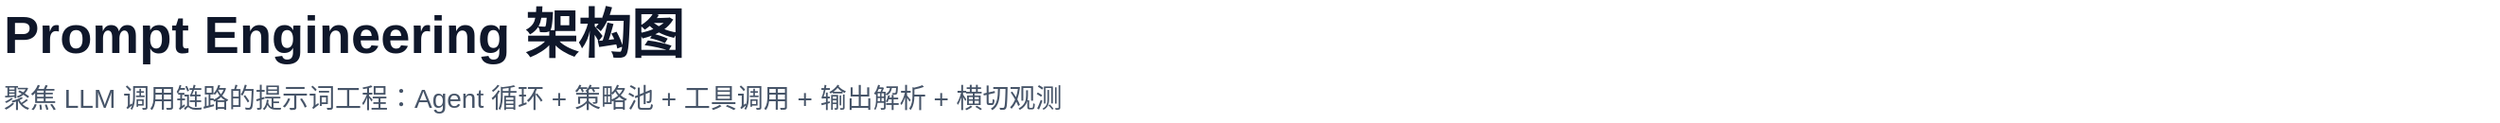
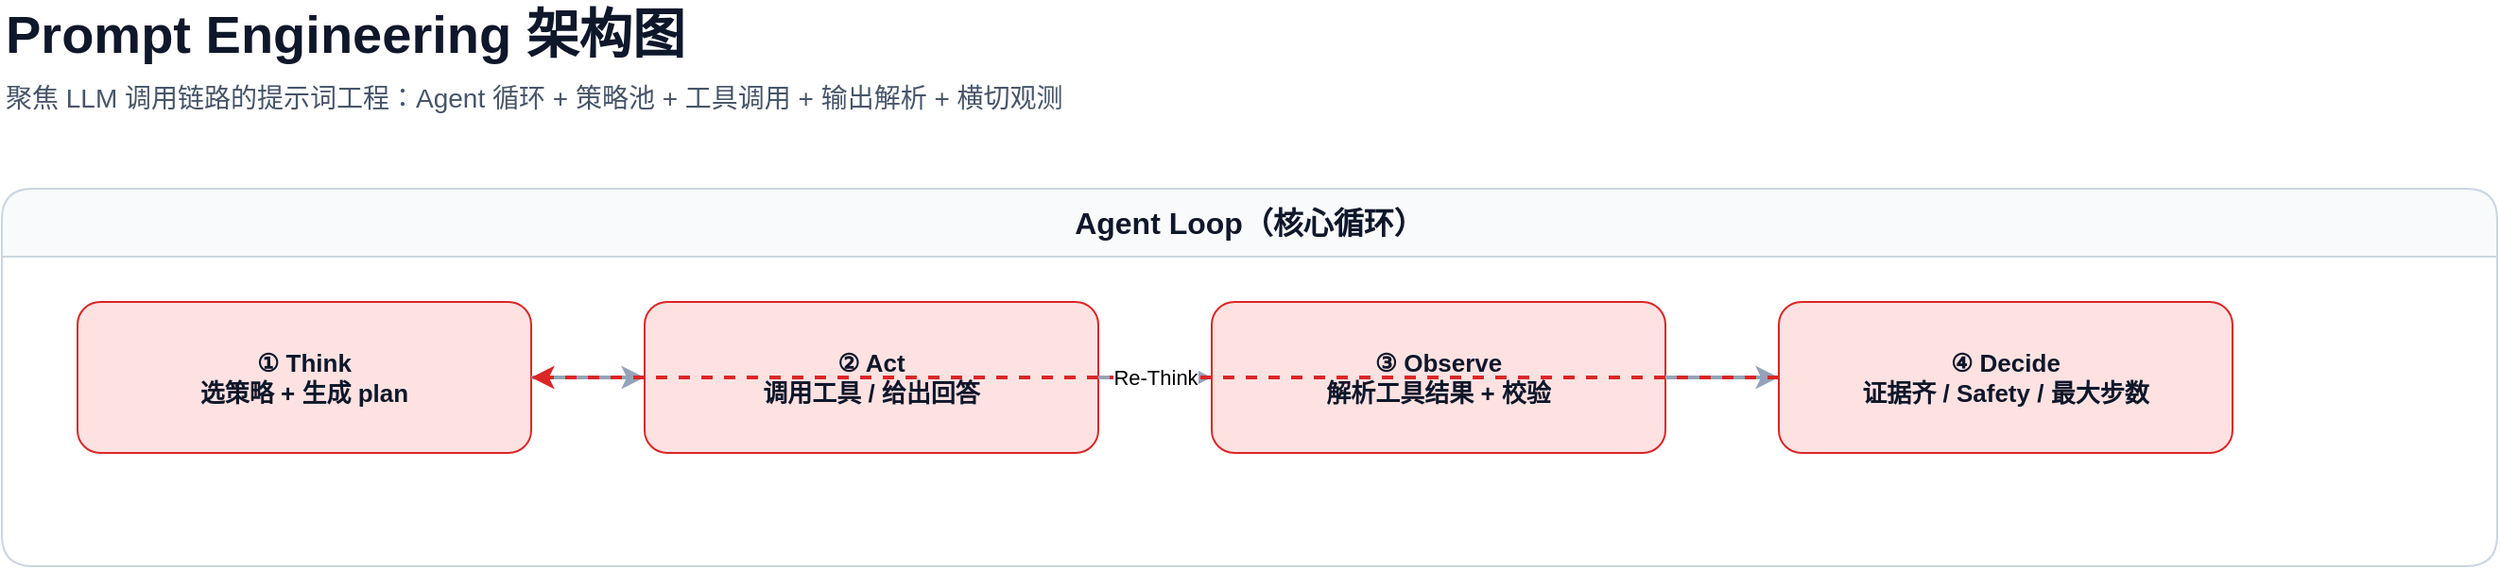
<mxfile host="app.diagrams.net">
  <diagram name="Prompt Engineering 架构图" id="prompt-engineering">
    <mxGraphModel dx="1620" dy="137" grid="0" gridSize="10" guides="1" tooltips="1" connect="1" arrows="1" fold="1" page="0" pageScale="1" pageWidth="1400" pageHeight="1950" math="0" shadow="0">
      <root>
        <mxCell id="0" />
        <mxCell id="1" parent="0" />
        <mxCell id="title" parent="1" style="text;html=1;strokeColor=none;fillColor=none;align=left;verticalAlign=middle;fontSize=28;fontStyle=1;fontColor=#0f172a;" value="Prompt Engineering 架构图" vertex="1">
          <mxGeometry height="36" width="600" x="40" y="20" as="geometry" />
        </mxCell>
        <mxCell id="subtitle" parent="1" style="text;html=1;strokeColor=none;fillColor=none;align=left;verticalAlign=middle;fontSize=14;fontStyle=0;fontColor=#475569;" value="聚焦 LLM 调用链路的提示词工程：Agent 循环 + 策略池 + 工具调用 + 输出解析 + 横切观测" vertex="1">
          <mxGeometry height="24" width="1320" x="40" y="60" as="geometry" />
        </mxCell>
+         <mxCell id="agent_loop_container" parent="1" style="swimlane;html=1;rounded=1;whiteSpace=wrap;startSize=36;container=1;collapsible=0;horizontal=1;fillColor=#f8fafc;strokeColor=#cbd5e1;fontSize=16;fontStyle=1;fontColor=#0f172a;" value="Agent Loop（核心循环）" vertex="1">
+           <mxGeometry height="200" width="1320" x="40" y="120" as="geometry" />
+         </mxCell>
+         <mxCell id="step_think" parent="1" style="rounded=1;html=1;whiteSpace=wrap;fillColor=#fee2e2;strokeColor=#dc2626;fontSize=13;fontStyle=1;fontColor=#0f172a;" value="① Think&#xa;选策略 + 生成 plan" vertex="1">
+           <mxGeometry height="80" width="240" x="80" y="180" as="geometry" />
+         </mxCell>
+         <mxCell id="step_act" parent="1" style="rounded=1;html=1;whiteSpace=wrap;fillColor=#fee2e2;strokeColor=#dc2626;fontSize=13;fontStyle=1;fontColor=#0f172a;" value="② Act&#xa;调用工具 / 给出回答" vertex="1">
+           <mxGeometry height="80" width="240" x="380" y="180" as="geometry" />
+         </mxCell>
+         <mxCell id="step_observe" parent="1" style="rounded=1;html=1;whiteSpace=wrap;fillColor=#fee2e2;strokeColor=#dc2626;fontSize=13;fontStyle=1;fontColor=#0f172a;" value="③ Observe&#xa;解析工具结果 + 校验" vertex="1">
+           <mxGeometry height="80" width="240" x="680" y="180" as="geometry" />
+         </mxCell>
+         <mxCell id="step_decide" parent="1" style="rounded=1;html=1;whiteSpace=wrap;fillColor=#fee2e2;strokeColor=#dc2626;fontSize=13;fontStyle=1;fontColor=#0f172a;" value="④ Decide&#xa;证据齐 / Safety / 最大步数" vertex="1">
+           <mxGeometry height="80" width="240" x="980" y="180" as="geometry" />
+         </mxCell>
+         <mxCell id="7b8cc8eddd55" parent="1" style="endArrow=classic;html=1;rounded=0;strokeColor=#94a3b8;strokeWidth=2;" value="" edge="1" source="step_think" target="step_act">
+           <mxGeometry relative="1" as="geometry" />
+         </mxCell>
+         <mxCell id="cb77556e5e55" parent="1" style="endArrow=classic;html=1;rounded=0;strokeColor=#94a3b8;strokeWidth=2;" value="" edge="1" source="step_act" target="step_observe">
+           <mxGeometry relative="1" as="geometry" />
+         </mxCell>
+         <mxCell id="5a395c557543" parent="1" style="endArrow=classic;html=1;rounded=0;strokeColor=#94a3b8;strokeWidth=2;" value="" edge="1" source="step_observe" target="step_decide">
+           <mxGeometry relative="1" as="geometry" />
+         </mxCell>
+         <mxCell id="5e0e0f3bf5ca" parent="1" style="endArrow=classic;html=1;rounded=0;strokeColor=#94a3b8;strokeWidth=2;dashed=1;strokeColor=#dc2626;" value="Re-Think" edge="1" source="step_decide" target="step_think">
+           <mxGeometry relative="1" as="geometry" />
+         </mxCell>
      </root>
    </mxGraphModel>
  </diagram>
</mxfile>
